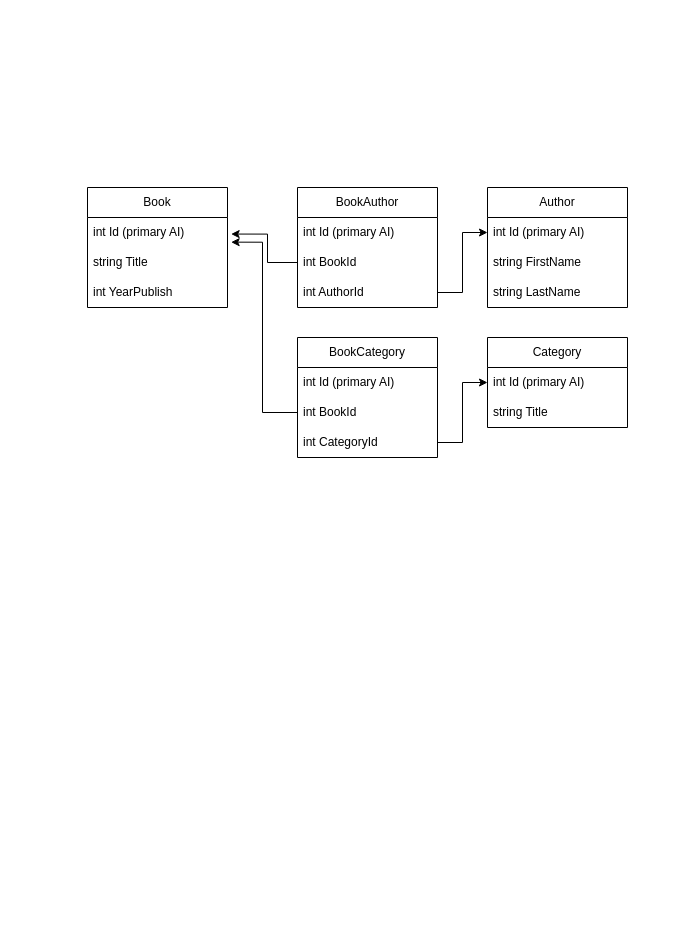
de4rbe4r/BooksAndDot keeps this draw.io diagram as Diagram/BooksAndDot.drawio. Above is the earlier version. Source tidied: cells renumbered, new cells numbered last; positions are measured from the earlier drawing's top-left corner, leaving out a move shared by most shapes. Both pictures are drawn from the tidied source at 100%, with x=0, y=0 at pixel (87, 187).
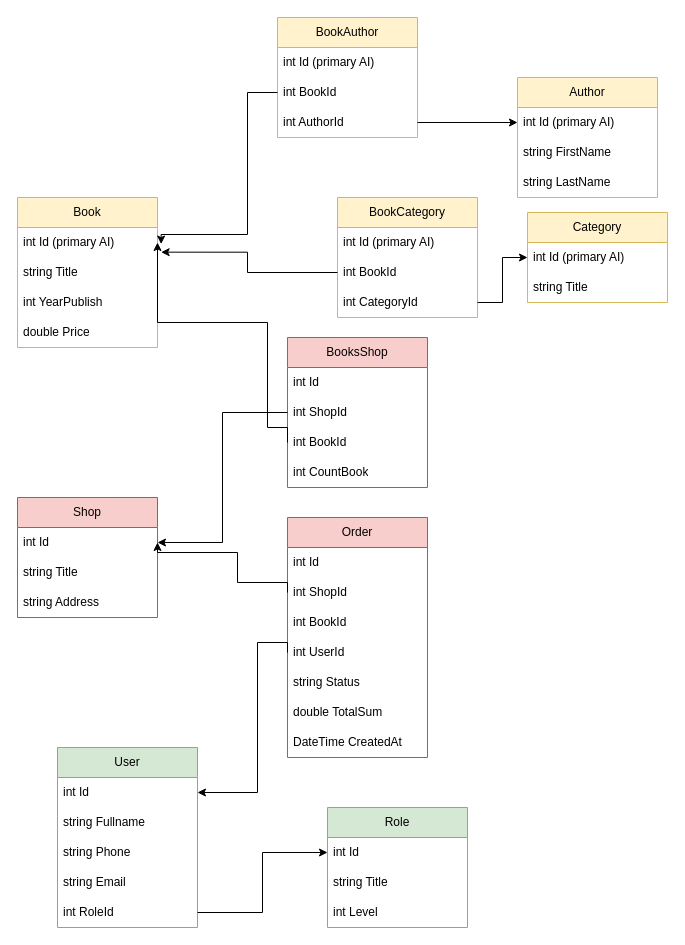
After the change.

Commit message (it also covers changes not shown here):
Update UML diagramm database

The change refers to these unchanged cells:
```xml
<mxCell id="3" value="int Id (primary AI)" style="text;strokeColor=none;fillColor=none;align=left;verticalAlign=middle;spacingLeft=4;spacingRight=4;overflow=hidden;points=[[0,0.5],[1,0.5]];portConstraint=eastwest;whiteSpace=wrap;html=1;" parent="2" vertex="1">
  <mxGeometry y="30" width="140" height="30" as="geometry" />
</mxCell>
<mxCell id="12" value="int BookId" style="text;strokeColor=none;fillColor=none;align=left;verticalAlign=middle;spacingLeft=4;spacingRight=4;overflow=hidden;points=[[0,0.5],[1,0.5]];portConstraint=eastwest;whiteSpace=wrap;html=1;" parent="10" vertex="1">
  <mxGeometry y="60" width="140" height="30" as="geometry" />
</mxCell>
```

The edit, as a diff of the source:
```diff
@@
-    <mxCell id="2" value="Book" style="swimlane;fontStyle=0;horizontal=1;startSize=30;whiteSpace=wrap;html=1;" parent="1" vertex="1">
-      <mxGeometry width="140" height="120" as="geometry" />
+    <mxCell id="2" value="Book" style="swimlane;fontStyle=0;horizontal=1;startSize=30;whiteSpace=wrap;html=1;fillColor=#fff2cc;strokeColor=#d6b656;" parent="1" vertex="1">
+      <mxGeometry x="-70" y="10" width="140" height="150" as="geometry" />
     </mxCell>
@@
+    <mxCell id="25" value="double Price" style="text;strokeColor=none;fillColor=none;align=left;verticalAlign=middle;spacingLeft=4;spacingRight=4;overflow=hidden;whiteSpace=wrap;html=1;" parent="2" vertex="1">
+      <mxGeometry y="120" width="140" height="30" as="geometry" />
+    </mxCell>
-    <mxCell id="6" value="Author" style="swimlane;fontStyle=0;horizontal=1;startSize=30;whiteSpace=wrap;html=1;" parent="1" vertex="1">
-      <mxGeometry x="400" width="140" height="120" as="geometry" />
+    <mxCell id="6" value="Author" style="swimlane;fontStyle=0;horizontal=1;startSize=30;whiteSpace=wrap;html=1;fillColor=#fff2cc;strokeColor=#d6b656;" parent="1" vertex="1">
+      <mxGeometry x="430" y="-110" width="140" height="120" as="geometry" />
     </mxCell>
@@
-    <mxCell id="10" value="BookAuthor" style="swimlane;fontStyle=0;horizontal=1;startSize=30;whiteSpace=wrap;html=1;" parent="1" vertex="1">
-      <mxGeometry x="210" width="140" height="120" as="geometry" />
+    <mxCell id="10" value="BookAuthor" style="swimlane;fontStyle=0;horizontal=1;startSize=30;whiteSpace=wrap;html=1;fillColor=#fff2cc;strokeColor=#d6b656;" parent="1" vertex="1">
+      <mxGeometry x="190" y="-170" width="140" height="120" as="geometry" />
     </mxCell>
@@
     <mxCell id="14" style="edgeStyle=orthogonalEdgeStyle;rounded=0;jettySize=auto;html=1;exitX=0;exitY=0.5;exitDx=0;exitDy=0;entryX=1.026;entryY=0.552;entryDx=0;entryDy=0;entryPerimeter=0;" parent="1" edge="1" source="12" target="3">
       <mxGeometry relative="1" as="geometry">
         <Array as="points">
-          <mxPoint x="180" y="75" />
-          <mxPoint x="180" y="47" />
+          <mxPoint x="160" y="-95" />
+          <mxPoint x="160" y="47" />
+          <mxPoint x="74" y="47" />
         </Array>
       </mxGeometry>
     </mxCell>
@@
-    <mxCell id="16" value="Category" style="swimlane;fontStyle=0;horizontal=1;startSize=30;whiteSpace=wrap;html=1;" parent="1" vertex="1">
-      <mxGeometry x="400" y="150" width="140" height="90" as="geometry" />
+    <mxCell id="16" value="Category" style="swimlane;fontStyle=0;horizontal=1;startSize=30;whiteSpace=wrap;html=1;fillColor=#fff2cc;strokeColor=#d6b656;" parent="1" vertex="1">
+      <mxGeometry x="440" y="25" width="140" height="90" as="geometry" />
     </mxCell>
@@
-    <mxCell id="19" value="BookCategory" style="swimlane;fontStyle=0;horizontal=1;startSize=30;whiteSpace=wrap;html=1;" parent="1" vertex="1">
-      <mxGeometry x="210" y="150" width="140" height="120" as="geometry" />
+    <mxCell id="19" value="BookCategory" style="swimlane;fontStyle=0;horizontal=1;startSize=30;whiteSpace=wrap;html=1;fillColor=#fff2cc;strokeColor=#d6b656;" parent="1" vertex="1">
+      <mxGeometry x="250" y="10" width="140" height="120" as="geometry" />
     </mxCell>
@@
+    <mxCell id="26" value="Shop" style="swimlane;fontStyle=0;horizontal=1;startSize=30;whiteSpace=wrap;html=1;fillColor=#f8cecc;strokeColor=#b85450;" parent="1" vertex="1">
+      <mxGeometry x="-70" y="310" width="140" height="120" as="geometry" />
+    </mxCell>
+    <mxCell id="27" value="int Id" style="text;strokeColor=none;fillColor=none;align=left;verticalAlign=middle;spacingLeft=4;spacingRight=4;overflow=hidden;points=[[0,0.5],[1,0.5]];portConstraint=eastwest;whiteSpace=wrap;html=1;" parent="26" vertex="1">
+      <mxGeometry y="30" width="140" height="30" as="geometry" />
+    </mxCell>
+    <mxCell id="28" value="string Title" style="text;strokeColor=none;fillColor=none;align=left;verticalAlign=middle;spacingLeft=4;spacingRight=4;overflow=hidden;whiteSpace=wrap;html=1;" parent="26" vertex="1">
+      <mxGeometry y="60" width="140" height="30" as="geometry" />
+    </mxCell>
+    <mxCell id="29" value="string Address" style="text;strokeColor=none;fillColor=none;align=left;verticalAlign=middle;spacingLeft=4;spacingRight=4;overflow=hidden;whiteSpace=wrap;html=1;" parent="26" vertex="1">
+      <mxGeometry y="90" width="140" height="30" as="geometry" />
+    </mxCell>
+    <mxCell id="30" value="BooksShop" style="swimlane;fontStyle=0;horizontal=1;startSize=30;whiteSpace=wrap;html=1;fillColor=#f8cecc;strokeColor=#b85450;" parent="1" vertex="1">
+      <mxGeometry x="200" y="150" width="140" height="150" as="geometry" />
+    </mxCell>
+    <mxCell id="31" value="int Id" style="text;strokeColor=none;fillColor=none;align=left;verticalAlign=middle;spacingLeft=4;spacingRight=4;overflow=hidden;whiteSpace=wrap;html=1;" parent="30" vertex="1">
+      <mxGeometry y="30" width="140" height="30" as="geometry" />
+    </mxCell>
+    <mxCell id="32" value="int ShopId" style="text;strokeColor=none;fillColor=none;align=left;verticalAlign=middle;spacingLeft=4;spacingRight=4;overflow=hidden;points=[[0,0.5],[1,0.5]];portConstraint=eastwest;whiteSpace=wrap;html=1;" parent="30" vertex="1">
+      <mxGeometry y="60" width="140" height="30" as="geometry" />
+    </mxCell>
+    <mxCell id="33" value="int BookId" style="text;strokeColor=none;fillColor=none;align=left;verticalAlign=middle;spacingLeft=4;spacingRight=4;overflow=hidden;points=[[0,0.5],[1,0.5]];portConstraint=eastwest;whiteSpace=wrap;html=1;" parent="30" vertex="1">
+      <mxGeometry y="90" width="140" height="30" as="geometry" />
+    </mxCell>
+    <mxCell id="34" value="int CountBook" style="text;strokeColor=none;fillColor=none;align=left;verticalAlign=middle;spacingLeft=4;spacingRight=4;overflow=hidden;whiteSpace=wrap;html=1;" parent="30" vertex="1">
+      <mxGeometry y="120" width="140" height="30" as="geometry" />
+    </mxCell>
+    <mxCell id="35" style="edgeStyle=orthogonalEdgeStyle;rounded=0;jettySize=auto;html=1;exitX=0;exitY=0.5;exitDx=0;exitDy=0;entryX=1;entryY=0.5;entryDx=0;entryDy=0;" parent="1" edge="1" source="32" target="27">
+      <mxGeometry relative="1" as="geometry" />
+    </mxCell>
+    <mxCell id="36" style="edgeStyle=orthogonalEdgeStyle;rounded=0;jettySize=auto;html=1;exitX=0;exitY=0.5;exitDx=0;exitDy=0;entryX=1;entryY=0.5;entryDx=0;entryDy=0;" parent="1" edge="1" source="33" target="3">
+      <mxGeometry relative="1" as="geometry">
+        <Array as="points">
+          <mxPoint x="200" y="240" />
+          <mxPoint x="180" y="240" />
+          <mxPoint x="180" y="135" />
+          <mxPoint x="70" y="135" />
+        </Array>
+      </mxGeometry>
+    </mxCell>
+    <mxCell id="37" value="User" style="swimlane;fontStyle=0;horizontal=1;startSize=30;whiteSpace=wrap;html=1;fillColor=#d5e8d4;strokeColor=#82b366;" parent="1" vertex="1">
+      <mxGeometry x="-30" y="560" width="140" height="180" as="geometry" />
+    </mxCell>
+    <mxCell id="38" value="int Id" style="text;strokeColor=none;fillColor=none;align=left;verticalAlign=middle;spacingLeft=4;spacingRight=4;overflow=hidden;points=[[0,0.5],[1,0.5]];portConstraint=eastwest;whiteSpace=wrap;html=1;" parent="37" vertex="1">
+      <mxGeometry y="30" width="140" height="30" as="geometry" />
+    </mxCell>
+    <mxCell id="39" value="string Fullname" style="text;strokeColor=none;fillColor=none;align=left;verticalAlign=middle;spacingLeft=4;spacingRight=4;overflow=hidden;whiteSpace=wrap;html=1;" parent="37" vertex="1">
+      <mxGeometry y="60" width="140" height="30" as="geometry" />
+    </mxCell>
+    <mxCell id="40" value="string Phone" style="text;strokeColor=none;fillColor=none;align=left;verticalAlign=middle;spacingLeft=4;spacingRight=4;overflow=hidden;whiteSpace=wrap;html=1;" parent="37" vertex="1">
+      <mxGeometry y="90" width="140" height="30" as="geometry" />
+    </mxCell>
+    <mxCell id="41" value="string Email" style="text;strokeColor=none;fillColor=none;align=left;verticalAlign=middle;spacingLeft=4;spacingRight=4;overflow=hidden;whiteSpace=wrap;html=1;" parent="37" vertex="1">
+      <mxGeometry y="120" width="140" height="30" as="geometry" />
+    </mxCell>
+    <mxCell id="42" value="int RoleId" style="text;strokeColor=none;fillColor=none;align=left;verticalAlign=middle;spacingLeft=4;spacingRight=4;overflow=hidden;points=[[0,0.5],[1,0.5]];portConstraint=eastwest;whiteSpace=wrap;html=1;" parent="37" vertex="1">
+      <mxGeometry y="150" width="140" height="30" as="geometry" />
+    </mxCell>
+    <mxCell id="43" value="Role" style="swimlane;fontStyle=0;horizontal=1;startSize=30;whiteSpace=wrap;html=1;fillColor=#d5e8d4;strokeColor=#82b366;" parent="1" vertex="1">
+      <mxGeometry x="240" y="620" width="140" height="120" as="geometry" />
+    </mxCell>
+    <mxCell id="44" value="int Id" style="text;strokeColor=none;fillColor=none;align=left;verticalAlign=middle;spacingLeft=4;spacingRight=4;overflow=hidden;points=[[0,0.5],[1,0.5]];portConstraint=eastwest;whiteSpace=wrap;html=1;" parent="43" vertex="1">
+      <mxGeometry y="30" width="140" height="30" as="geometry" />
+    </mxCell>
+    <mxCell id="45" value="string Title" style="text;strokeColor=none;fillColor=none;align=left;verticalAlign=middle;spacingLeft=4;spacingRight=4;overflow=hidden;whiteSpace=wrap;html=1;" parent="43" vertex="1">
+      <mxGeometry y="60" width="140" height="30" as="geometry" />
+    </mxCell>
+    <mxCell id="46" value="int Level" style="text;strokeColor=none;fillColor=none;align=left;verticalAlign=middle;spacingLeft=4;spacingRight=4;overflow=hidden;whiteSpace=wrap;html=1;" parent="43" vertex="1">
+      <mxGeometry y="90" width="140" height="30" as="geometry" />
+    </mxCell>
+    <mxCell id="47" style="edgeStyle=orthogonalEdgeStyle;rounded=0;jettySize=auto;html=1;exitX=1;exitY=0.5;exitDx=0;exitDy=0;entryX=0;entryY=0.5;entryDx=0;entryDy=0;" parent="1" edge="1" source="42" target="44">
+      <mxGeometry relative="1" as="geometry" />
+    </mxCell>
+    <mxCell id="48" value="Order" style="swimlane;fontStyle=0;horizontal=1;startSize=30;whiteSpace=wrap;html=1;fillColor=#f8cecc;strokeColor=#b85450;" parent="1" vertex="1">
+      <mxGeometry x="200" y="330" width="140" height="240" as="geometry" />
+    </mxCell>
+    <mxCell id="49" value="int Id" style="text;strokeColor=none;fillColor=none;align=left;verticalAlign=middle;spacingLeft=4;spacingRight=4;overflow=hidden;whiteSpace=wrap;html=1;" parent="48" vertex="1">
+      <mxGeometry y="30" width="140" height="30" as="geometry" />
+    </mxCell>
+    <mxCell id="50" value="int ShopId" style="text;strokeColor=none;fillColor=none;align=left;verticalAlign=middle;spacingLeft=4;spacingRight=4;overflow=hidden;points=[[0,0.5],[1,0.5]];portConstraint=eastwest;whiteSpace=wrap;html=1;" parent="48" vertex="1">
+      <mxGeometry y="60" width="140" height="30" as="geometry" />
+    </mxCell>
+    <mxCell id="51" value="int BookId" style="text;strokeColor=none;fillColor=none;align=left;verticalAlign=middle;spacingLeft=4;spacingRight=4;overflow=hidden;whiteSpace=wrap;html=1;" parent="48" vertex="1">
+      <mxGeometry y="90" width="140" height="30" as="geometry" />
+    </mxCell>
+    <mxCell id="52" value="int UserId" style="text;strokeColor=none;fillColor=none;align=left;verticalAlign=middle;spacingLeft=4;spacingRight=4;overflow=hidden;points=[[0,0.5],[1,0.5]];portConstraint=eastwest;whiteSpace=wrap;html=1;" parent="48" vertex="1">
+      <mxGeometry y="120" width="140" height="30" as="geometry" />
+    </mxCell>
+    <mxCell id="53" value="string Status" style="text;strokeColor=none;fillColor=none;align=left;verticalAlign=middle;spacingLeft=4;spacingRight=4;overflow=hidden;whiteSpace=wrap;html=1;" parent="48" vertex="1">
+      <mxGeometry y="150" width="140" height="30" as="geometry" />
+    </mxCell>
+    <mxCell id="54" value="double TotalSum" style="text;strokeColor=none;fillColor=none;align=left;verticalAlign=middle;spacingLeft=4;spacingRight=4;overflow=hidden;whiteSpace=wrap;html=1;" parent="48" vertex="1">
+      <mxGeometry y="180" width="140" height="30" as="geometry" />
+    </mxCell>
+    <mxCell id="55" value="DateTime CreatedAt" style="text;strokeColor=none;fillColor=none;align=left;verticalAlign=middle;spacingLeft=4;spacingRight=4;overflow=hidden;whiteSpace=wrap;html=1;" parent="48" vertex="1">
+      <mxGeometry y="210" width="140" height="30" as="geometry" />
+    </mxCell>
+    <mxCell id="56" style="edgeStyle=orthogonalEdgeStyle;rounded=0;jettySize=auto;html=1;exitX=0;exitY=0.5;exitDx=0;exitDy=0;entryX=1;entryY=0.5;entryDx=0;entryDy=0;" parent="1" edge="1" source="52" target="38">
+      <mxGeometry relative="1" as="geometry">
+        <Array as="points">
+          <mxPoint x="200" y="455" />
+          <mxPoint x="170" y="455" />
+          <mxPoint x="170" y="605" />
+        </Array>
+      </mxGeometry>
+    </mxCell>
+    <mxCell id="57" style="edgeStyle=orthogonalEdgeStyle;rounded=0;jettySize=auto;html=1;exitX=0;exitY=0.5;exitDx=0;exitDy=0;entryX=1;entryY=0.5;entryDx=0;entryDy=0;" parent="1" edge="1" source="50" target="27">
+      <mxGeometry relative="1" as="geometry">
+        <Array as="points">
+          <mxPoint x="200" y="395" />
+          <mxPoint x="150" y="395" />
+          <mxPoint x="150" y="365" />
+          <mxPoint x="70" y="365" />
+        </Array>
+      </mxGeometry>
+    </mxCell>
```
